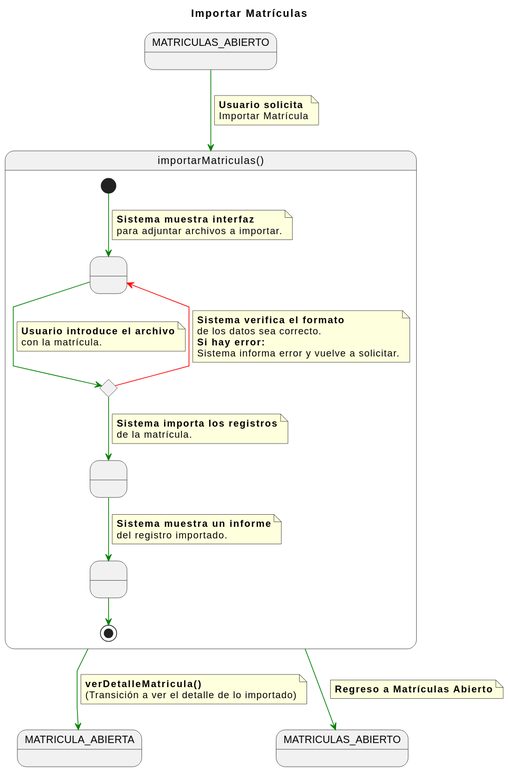
Earlier version of the PlantUML export documents/CasosDeUso/DetalladoCasosDeUso/Secretaria/importarMatriculas.svg (enmabry/25-26-IdSw1-SdR).
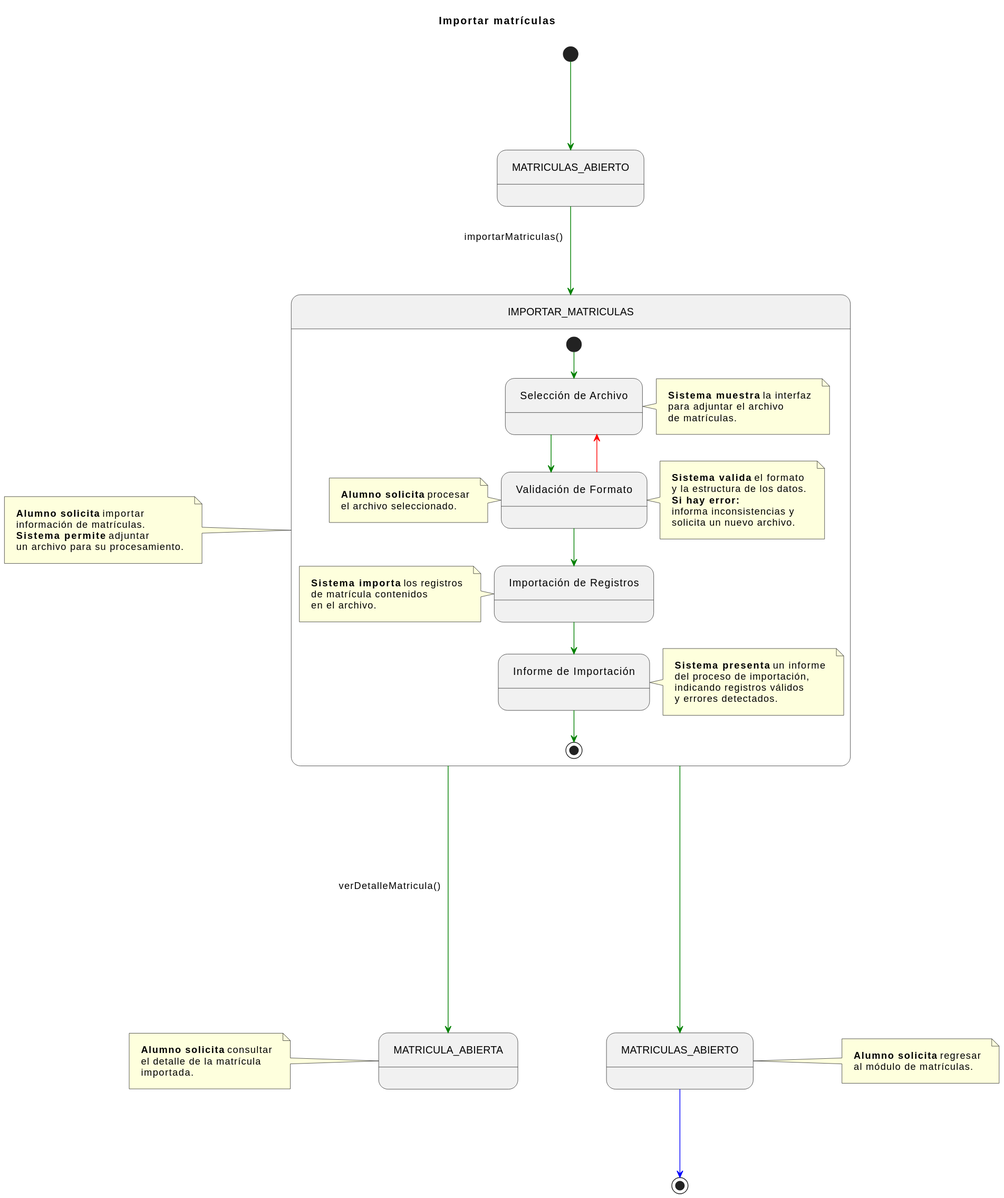
Above is the later version.

The edit, as a diff of the source:
```diff
@@ -1,70 +1,98 @@
 @startuml
-title Importar Matrículas
+title Importar matrículas
 
-skinparam linetype polyline
 
-state startState as "MATRICULAS_ABIERTO"
-state endState1 as "MATRICULA_ABIERTA"
-state endState2 as "MATRICULAS_ABIERTO"
+skinparam nodesep 120
+skinparam ranksep 120
+skinparam linetype ortho
+skinparam Padding 10
 
-startState -[#green]-> importarMatriculas
-note on link
-    <b>Usuario solicita</b>
-    Importar Matrícula
+state MATRICULAS_ABIERTO_INICIAL   as "MATRICULAS_ABIERTO"
+state IMPORTAR_MATRICULAS_COMP    as "IMPORTAR_MATRICULAS"
+state MATRICULA_ABIERTA_FINAL     as "MATRICULA_ABIERTA"
+state MATRICULAS_ABIERTO_FINAL    as "MATRICULAS_ABIERTO"
+
+[*] -[#green]-> MATRICULAS_ABIERTO_INICIAL
+
+MATRICULAS_ABIERTO_INICIAL -[#green]-> IMPORTAR_MATRICULAS_COMP : importarMatriculas()
+
+note left of IMPORTAR_MATRICULAS_COMP
+    <b>Alumno solicita</b> importar
+    información de matrículas.
+    <b>Sistema permite</b> adjuntar
+    un archivo para su procesamiento.
 end note
 
-state importarMatriculas as "importarMatriculas()" {
-    state SolicitudArchivo as " "
-    state ValidarFormato <<choice>>
-    state ImportarRegistros as " "
-    state MostrarInforme as " "
+
+state IMPORTAR_MATRICULAS_COMP {
+
+    state SolicitudArchivo   as "Selección de Archivo"
+    state ValidarFormato     as "Validación de Formato"
+    state ImportarRegistros  as "Importación de Registros"
+    state MostrarInforme     as "Informe de Importación"
 
     [*] -[#green]-> SolicitudArchivo
-    note on link
-        <b>Sistema muestra interfaz</b>
-        para adjuntar archivos a importar.
+
+    note right of SolicitudArchivo
+        <b>Sistema muestra</b> la interfaz
+        para adjuntar el archivo
+        de matrículas.
     end note
 
     SolicitudArchivo -[#green]-> ValidarFormato
-    note on link
-        <b>Usuario introduce el archivo</b>
-        con la matrícula.
+
+    note left of ValidarFormato
+        <b>Alumno solicita</b> procesar
+        el archivo seleccionado.
     end note
 
     ValidarFormato -[#red]-> SolicitudArchivo
-    note on link
-        <b>Sistema verifica el formato</b>
-        de los datos sea correcto.
+
+    note right of ValidarFormato
+        <b>Sistema valida</b> el formato
+        y la estructura de los datos.
         <b>Si hay error:</b>
-        Sistema informa error y vuelve a solicitar.
+        informa inconsistencias y
+        solicita un nuevo archivo.
     end note
 
     ValidarFormato -[#green]-> ImportarRegistros
 
-    note on link
-        <b>Sistema importa los registros</b>
-        de la matrícula.
+    note left of ImportarRegistros
+        <b>Sistema importa</b> los registros
+        de matrícula contenidos
+        en el archivo.
     end note
 
     ImportarRegistros -[#green]-> MostrarInforme
 
-    note on link
-        <b>Sistema muestra un informe</b>
-        del registro importado.
+    note right of MostrarInforme
+        <b>Sistema presenta</b> un informe
+        del proceso de importación,
+        indicando registros válidos
+        y errores detectados.
     end note
 
     MostrarInforme -[#green]-> [*]
 }
 
 
-importarMatriculas -[#green]-> endState1
-note on link
-    <b>verDetalleMatricula()</b>
-    (Transición a ver el detalle de lo importado)
+IMPORTAR_MATRICULAS_COMP -[#green]---> MATRICULA_ABIERTA_FINAL : verDetalleMatricula()
+
+note left of MATRICULA_ABIERTA_FINAL
+    <b>Alumno solicita</b> consultar
+    el detalle de la matrícula
+    importada.
 end note
 
-importarMatriculas -[#green]-> endState2
-note on link
-    <b>Regreso a Matrículas Abierto</b>
+
+IMPORTAR_MATRICULAS_COMP -[#green]---> MATRICULAS_ABIERTO_FINAL
+
+note right of MATRICULAS_ABIERTO_FINAL
+    <b>Alumno solicita</b> regresar
+    al módulo de matrículas.
 end note
+
+
+MATRICULAS_ABIERTO_FINAL -[#blue]-> [*]
 @enduml
```
